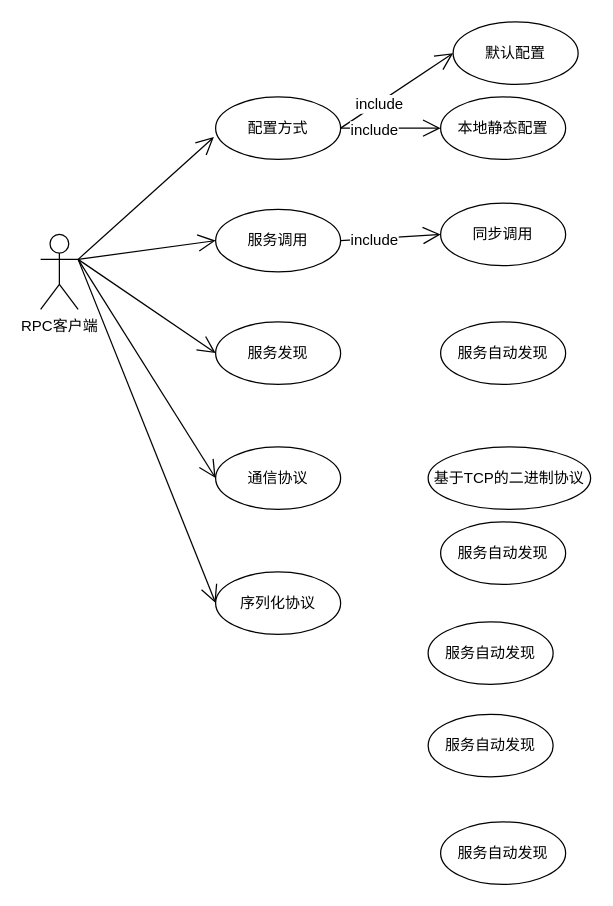
Earlier version of the draw.io diagram page "rpc-client-function" (7 of 8) of RPC客户端.drawio (win0909/000). Source tidied: cells renumbered, new cells numbered last; positions are measured from the earlier drawing's top-left corner, leaving out a move shared by most shapes. Both pictures are drawn from the tidied source at 125%, with x=0, y=0 at pixel (40, 21).
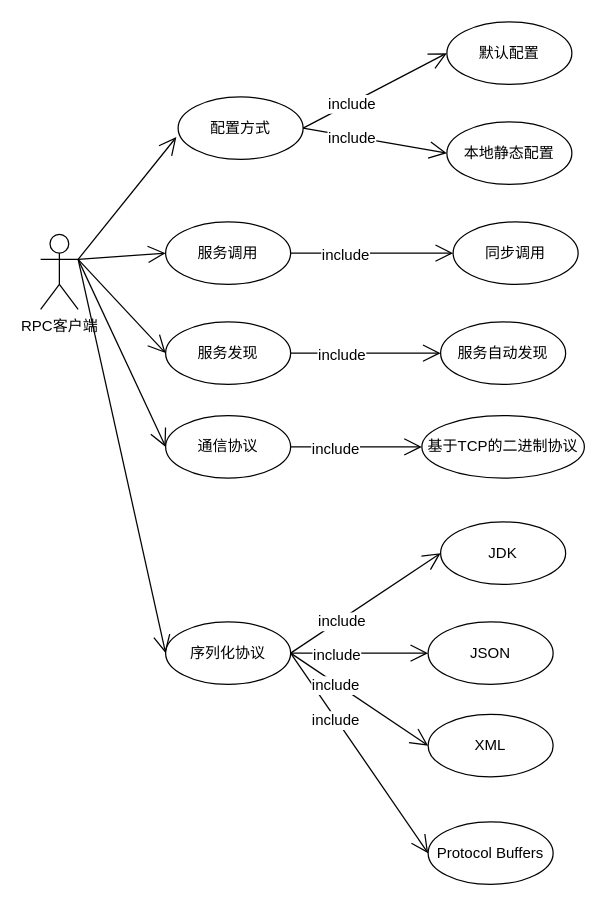
After the change.

Unchanged cells that the change refers to:
```xml
<mxCell id="22" value="服务自动发现" style="ellipse;whiteSpace=wrap;html=1;" parent="1" vertex="1">
  <mxGeometry x="320" y="240" width="100" height="50" as="geometry" />
</mxCell>
```

The edit, as a diff of the source:
```diff
@@
     <mxCell id="3" value="配置方式" style="ellipse;whiteSpace=wrap;html=1;" parent="1" vertex="1">
-      <mxGeometry x="140" y="60" width="100" height="50" as="geometry" />
+      <mxGeometry x="110" y="60" width="100" height="50" as="geometry" />
     </mxCell>
     <mxCell id="4" value="本地静态配置" style="ellipse;whiteSpace=wrap;html=1;" parent="1" vertex="1">
-      <mxGeometry x="320" y="60" width="100" height="50" as="geometry" />
+      <mxGeometry x="325" y="80" width="100" height="50" as="geometry" />
     </mxCell>
     <mxCell id="5" value="默认配置" style="ellipse;whiteSpace=wrap;html=1;" parent="1" vertex="1">
-      <mxGeometry x="330" width="100" height="50" as="geometry" />
+      <mxGeometry x="325" width="100" height="50" as="geometry" />
     </mxCell>
     <mxCell id="6" value="服务调用" style="ellipse;whiteSpace=wrap;html=1;" parent="1" vertex="1">
-      <mxGeometry x="140" y="150" width="100" height="50" as="geometry" />
+      <mxGeometry x="100" y="160" width="100" height="50" as="geometry" />
     </mxCell>
     <mxCell id="7" value="同步调用&lt;br&gt;" style="ellipse;whiteSpace=wrap;html=1;" parent="1" vertex="1">
-      <mxGeometry x="320" y="145" width="100" height="50" as="geometry" />
+      <mxGeometry x="330" y="160" width="100" height="50" as="geometry" />
     </mxCell>
     <mxCell id="8" value="服务发现" style="ellipse;whiteSpace=wrap;html=1;" parent="1" vertex="1">
-      <mxGeometry x="140" y="240" width="100" height="50" as="geometry" />
+      <mxGeometry x="100" y="240" width="100" height="50" as="geometry" />
     </mxCell>
     <mxCell id="9" value="通信协议" style="ellipse;whiteSpace=wrap;html=1;" parent="1" vertex="1">
-      <mxGeometry x="140" y="340" width="100" height="50" as="geometry" />
+      <mxGeometry x="100" y="315" width="100" height="50" as="geometry" />
     </mxCell>
     <mxCell id="10" value="序列化协议" style="ellipse;whiteSpace=wrap;html=1;" parent="1" vertex="1">
-      <mxGeometry x="140" y="440" width="100" height="50" as="geometry" />
+      <mxGeometry x="100" y="480" width="100" height="50" as="geometry" />
     </mxCell>
@@
     <mxCell id="23" value="基于TCP的二进制协议" style="ellipse;whiteSpace=wrap;html=1;" parent="1" vertex="1">
-      <mxGeometry x="310" y="340" width="130" height="50" as="geometry" />
+      <mxGeometry x="305" y="315" width="130" height="50" as="geometry" />
     </mxCell>
-    <mxCell id="24" value="服务自动发现" style="ellipse;whiteSpace=wrap;html=1;" parent="1" vertex="1">
+    <mxCell id="24" value="JDK" style="ellipse;whiteSpace=wrap;html=1;" parent="1" vertex="1">
       <mxGeometry x="320" y="400" width="100" height="50" as="geometry" />
     </mxCell>
-    <mxCell id="25" value="服务自动发现" style="ellipse;whiteSpace=wrap;html=1;" parent="1" vertex="1">
+    <mxCell id="25" value="JSON" style="ellipse;whiteSpace=wrap;html=1;" parent="1" vertex="1">
       <mxGeometry x="310" y="480" width="100" height="50" as="geometry" />
     </mxCell>
-    <mxCell id="26" value="服务自动发现" style="ellipse;whiteSpace=wrap;html=1;" parent="1" vertex="1">
+    <mxCell id="26" value="XML" style="ellipse;whiteSpace=wrap;html=1;" parent="1" vertex="1">
       <mxGeometry x="310" y="554" width="100" height="50" as="geometry" />
     </mxCell>
-    <mxCell id="27" value="服务自动发现" style="ellipse;whiteSpace=wrap;html=1;" parent="1" vertex="1">
-      <mxGeometry x="320" y="640" width="100" height="50" as="geometry" />
+    <mxCell id="27" value="Protocol Buffers" style="ellipse;whiteSpace=wrap;html=1;" parent="1" vertex="1">
+      <mxGeometry x="310" y="640" width="100" height="50" as="geometry" />
     </mxCell>
+    <mxCell id="28" style="endArrow=open;endFill=1;endSize=12;html=1;exitX=1;exitY=0.5;exitDx=0;exitDy=0;entryX=0;entryY=0.5;entryDx=0;entryDy=0;" parent="1" edge="1" source="8" target="22">
+      <mxGeometry relative="1" as="geometry" />
+    </mxCell>
+    <mxCell id="29" value="include" style="text;html=1;align=center;verticalAlign=middle;labelBackgroundColor=#ffffff;" parent="28" vertex="1">
+      <mxGeometry x="-0.34" y="-1" relative="1" as="geometry" />
+    </mxCell>
+    <mxCell id="30" style="endArrow=open;endFill=1;endSize=12;html=1;exitX=1;exitY=0.5;exitDx=0;exitDy=0;entryX=0;entryY=0.5;entryDx=0;entryDy=0;" parent="1" edge="1" source="9" target="23">
+      <mxGeometry relative="1" as="geometry" />
+    </mxCell>
+    <mxCell id="31" value="include" style="text;html=1;align=center;verticalAlign=middle;labelBackgroundColor=#ffffff;" parent="30" vertex="1">
+      <mxGeometry x="-0.34" y="-1" relative="1" as="geometry" />
+    </mxCell>
+    <mxCell id="32" style="endArrow=open;endFill=1;endSize=12;html=1;exitX=1;exitY=0.5;exitDx=0;exitDy=0;entryX=0;entryY=0.5;entryDx=0;entryDy=0;" parent="1" edge="1" source="10" target="24">
+      <mxGeometry relative="1" as="geometry" />
+    </mxCell>
+    <mxCell id="33" value="include" style="text;html=1;align=center;verticalAlign=middle;labelBackgroundColor=#ffffff;" parent="32" vertex="1">
+      <mxGeometry x="-0.34" y="-1" relative="1" as="geometry" />
+    </mxCell>
+    <mxCell id="34" style="endArrow=open;endFill=1;endSize=12;html=1;exitX=1;exitY=0.5;exitDx=0;exitDy=0;entryX=0;entryY=0.5;entryDx=0;entryDy=0;" parent="1" edge="1" source="10" target="25">
+      <mxGeometry relative="1" as="geometry" />
+    </mxCell>
+    <mxCell id="35" value="include" style="text;html=1;align=center;verticalAlign=middle;labelBackgroundColor=#ffffff;" parent="34" vertex="1">
+      <mxGeometry x="-0.34" y="-1" relative="1" as="geometry" />
+    </mxCell>
+    <mxCell id="36" style="endArrow=open;endFill=1;endSize=12;html=1;exitX=1;exitY=0.5;exitDx=0;exitDy=0;entryX=0;entryY=0.5;entryDx=0;entryDy=0;" parent="1" edge="1" source="10" target="27">
+      <mxGeometry relative="1" as="geometry" />
+    </mxCell>
+    <mxCell id="37" value="include" style="text;html=1;align=center;verticalAlign=middle;labelBackgroundColor=#ffffff;" parent="36" vertex="1">
+      <mxGeometry x="-0.34" y="-1" relative="1" as="geometry" />
+    </mxCell>
+    <mxCell id="38" style="endArrow=open;endFill=1;endSize=12;html=1;exitX=1;exitY=0.5;exitDx=0;exitDy=0;entryX=0;entryY=0.5;entryDx=0;entryDy=0;" parent="1" edge="1" source="10" target="26">
+      <mxGeometry relative="1" as="geometry" />
+    </mxCell>
+    <mxCell id="39" value="include" style="text;html=1;align=center;verticalAlign=middle;labelBackgroundColor=#ffffff;" parent="38" vertex="1">
+      <mxGeometry x="-0.34" y="-1" relative="1" as="geometry" />
+    </mxCell>
```
